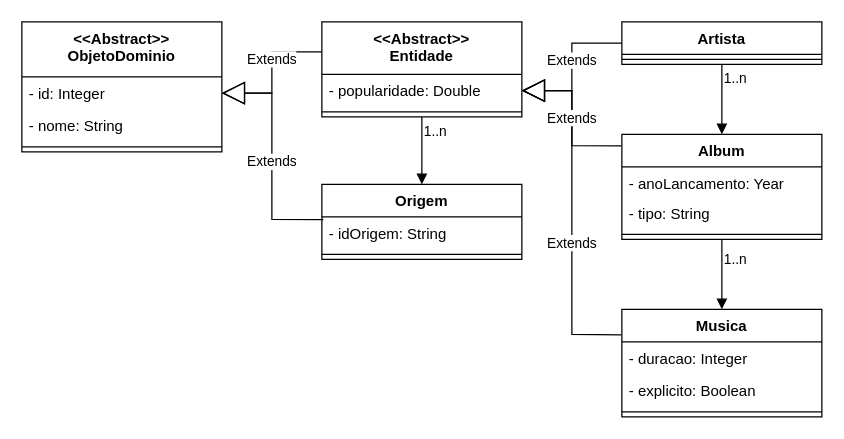
This is diagram/diagram.drawio from CiroMdeFreitas/API-Musica, a draw.io file, before an edit. Source tidied: cells renumbered, new cells numbered last; positions are measured from the earlier drawing's top-left corner, leaving out a move shared by most shapes. Both pictures are drawn from the tidied source at 125%, with x=0, y=0 at pixel (21, 21).
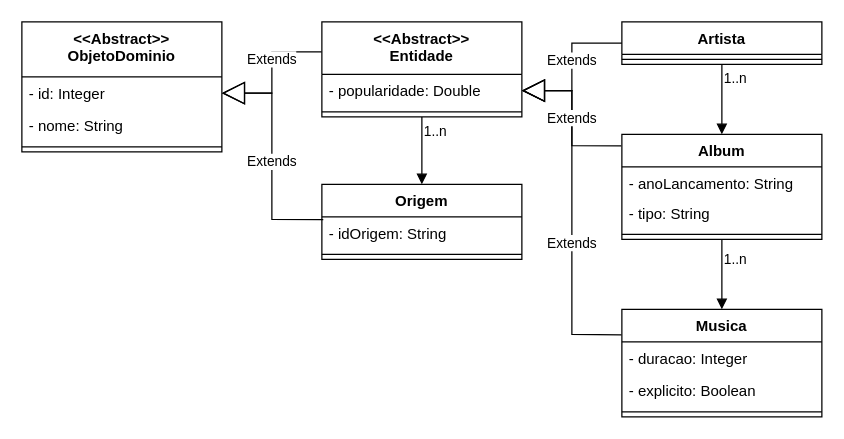
The same page after the edit.

Commit message (it also covers changes not shown here):
atualizando diagramas

Unchanged cells that the change refers to:
```xml
<mxCell id="8" value="Album" style="swimlane;fontStyle=1;align=center;verticalAlign=top;horizontal=1;startSize=26;" parent="1" vertex="1">
  <mxGeometry x="480" y="90" width="160" height="84" as="geometry" />
</mxCell>
```

Change to the diagram source:
```diff
@@
-    <mxCell id="9" value="- anoLancamento: Year" style="text;strokeColor=none;fillColor=none;align=left;verticalAlign=top;spacingLeft=4;spacingRight=4;overflow=hidden;" parent="8" vertex="1">
+    <mxCell id="9" value="- anoLancamento: String" style="text;strokeColor=none;fillColor=none;align=left;verticalAlign=top;spacingLeft=4;spacingRight=4;overflow=hidden;" parent="8" vertex="1">
       <mxGeometry y="26" width="160" height="24" as="geometry" />
     </mxCell>
```
